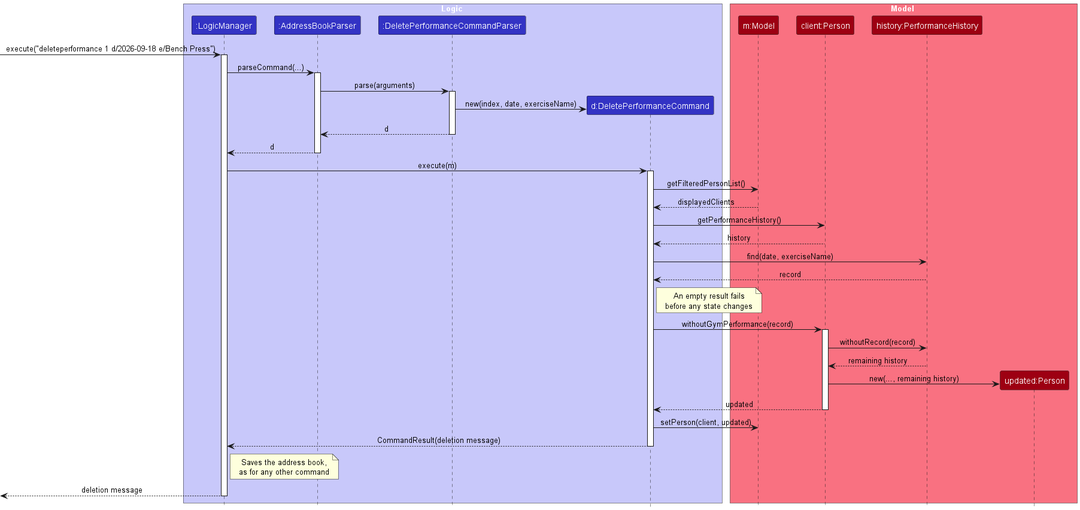
AY2627S1-CS2103T-F14a-2/tp keeps this PlantUML diagram as images/diagrams/DeletePerformanceSequenceDiagram.png. Above is the earlier version. Its source is kept beside it as diagrams/DeletePerformanceSequenceDiagram.puml. Its diagram source:
```plantuml
@startuml
!include style.puml
skinparam ArrowFontStyle plain

box Logic LOGIC_COLOR_T1
participant ":LogicManager" as Logic LOGIC_COLOR
participant ":AddressBookParser" as Parser LOGIC_COLOR
participant ":DeletePerformanceCommandParser" as DeleteParser LOGIC_COLOR
participant "d:DeletePerformanceCommand" as Command LOGIC_COLOR
end box
box Model MODEL_COLOR_T1
participant "m:Model" as Model MODEL_COLOR
participant "client:Person" as Client MODEL_COLOR
participant "history:PerformanceHistory" as History MODEL_COLOR
participant "remaining:PerformanceHistory" as Remaining MODEL_COLOR
participant "updated:Person" as Updated MODEL_COLOR
end box

[-> Logic : execute("deleteperformance 1 d/2026-09-18 e/Bench Press")
activate Logic
Logic -> Parser : parseCommand("deleteperformance 1 d/2026-09-18 e/Bench Press")
activate Parser
create DeleteParser
Parser -> DeleteParser
activate DeleteParser
DeleteParser --> Parser
deactivate DeleteParser
Parser -> DeleteParser : parse(" 1 d/2026-09-18 e/Bench Press")
activate DeleteParser
create Command
DeleteParser -> Command : DeletePerformanceCommand(index, date, exerciseName)
activate Command
Command --> DeleteParser
deactivate Command
DeleteParser --> Parser : d
deactivate DeleteParser
Parser --> Logic : d
deactivate Parser
Logic -> Command : execute(m)
activate Command
Command -> Model : getFilteredPersonList()
activate Model
Model --> Command : displayed clients
deactivate Model
Command -> Client : getPerformanceHistory()
activate Client
Client --> Command : history
deactivate Client
Command -> History : find(date, exerciseName)
activate History
History --> Command : match
deactivate History
note right of Command : match is an Optional<GymPerformance>. If it is empty,\nCommandException is thrown before any change;\notherwise record is its value
Command -> Client : withoutGymPerformance(record)
activate Client
Client -> History : withoutRecord(record)
activate History
create Remaining
History -> Remaining : PerformanceHistory(updatedRecords)
activate Remaining
Remaining --> History
deactivate Remaining
History --> Client : remaining
deactivate History
create Updated
Client -> Updated : Person(..., remaining)
activate Updated
Updated --> Client
deactivate Updated
Client --> Command : updated
deactivate Client
Command -> Model : setPerson(client, updated)
activate Model
Model --> Command
deactivate Model
Command --> Logic : result
deactivate Command
Logic -> Model : updateSessionLists(now)
activate Model
Model --> Logic
deactivate Model
note right of Logic : The data changed, so LogicManager saves it\nand rolls back on failure, as in the deletemeasure diagram
[<-- Logic : result
deactivate Logic
@enduml
```
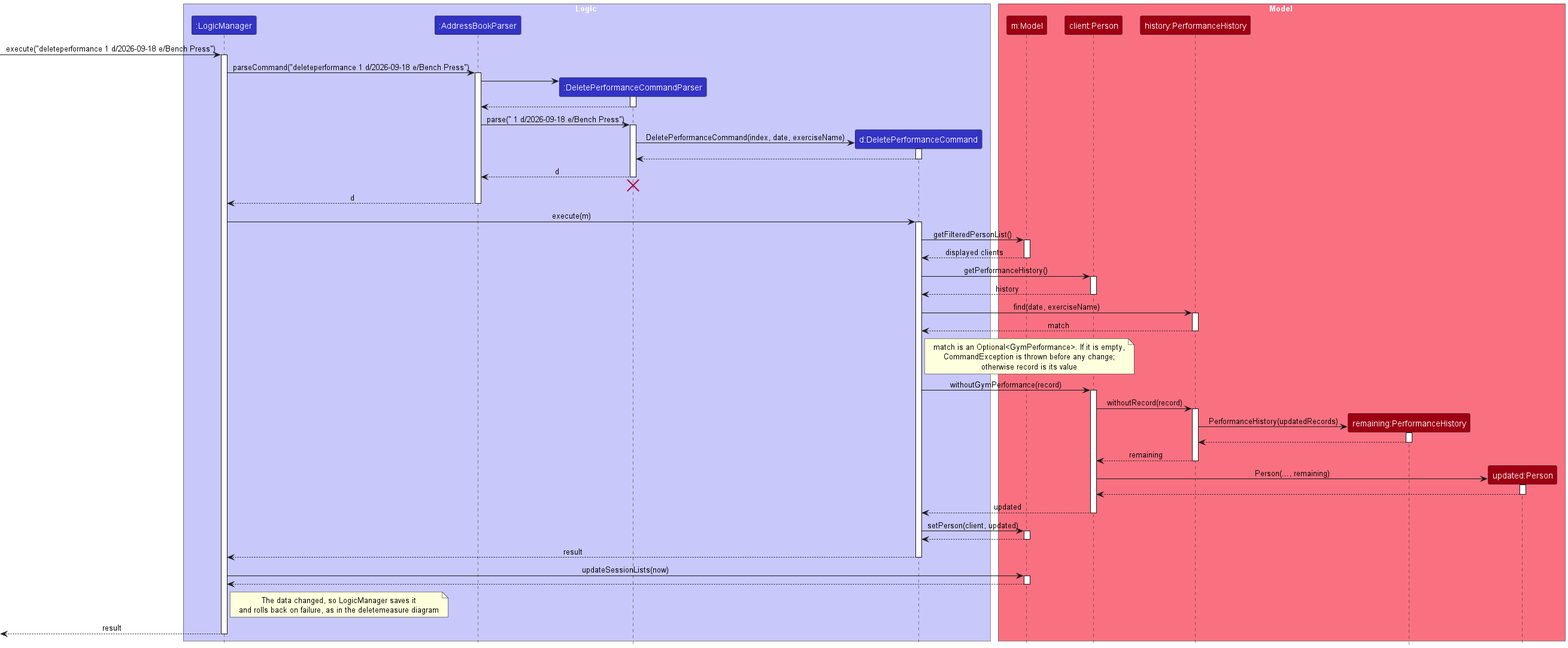
Later version of the same file.

The edit, as a diff of the source:
```diff
@@ -34,6 +34,8 @@
 deactivate Command
 DeleteParser --> Parser : d
 deactivate DeleteParser
+DeleteParser -[hidden]-> Parser
+destroy DeleteParser
 Parser --> Logic : d
 deactivate Parser
 Logic -> Command : execute(m)
```
